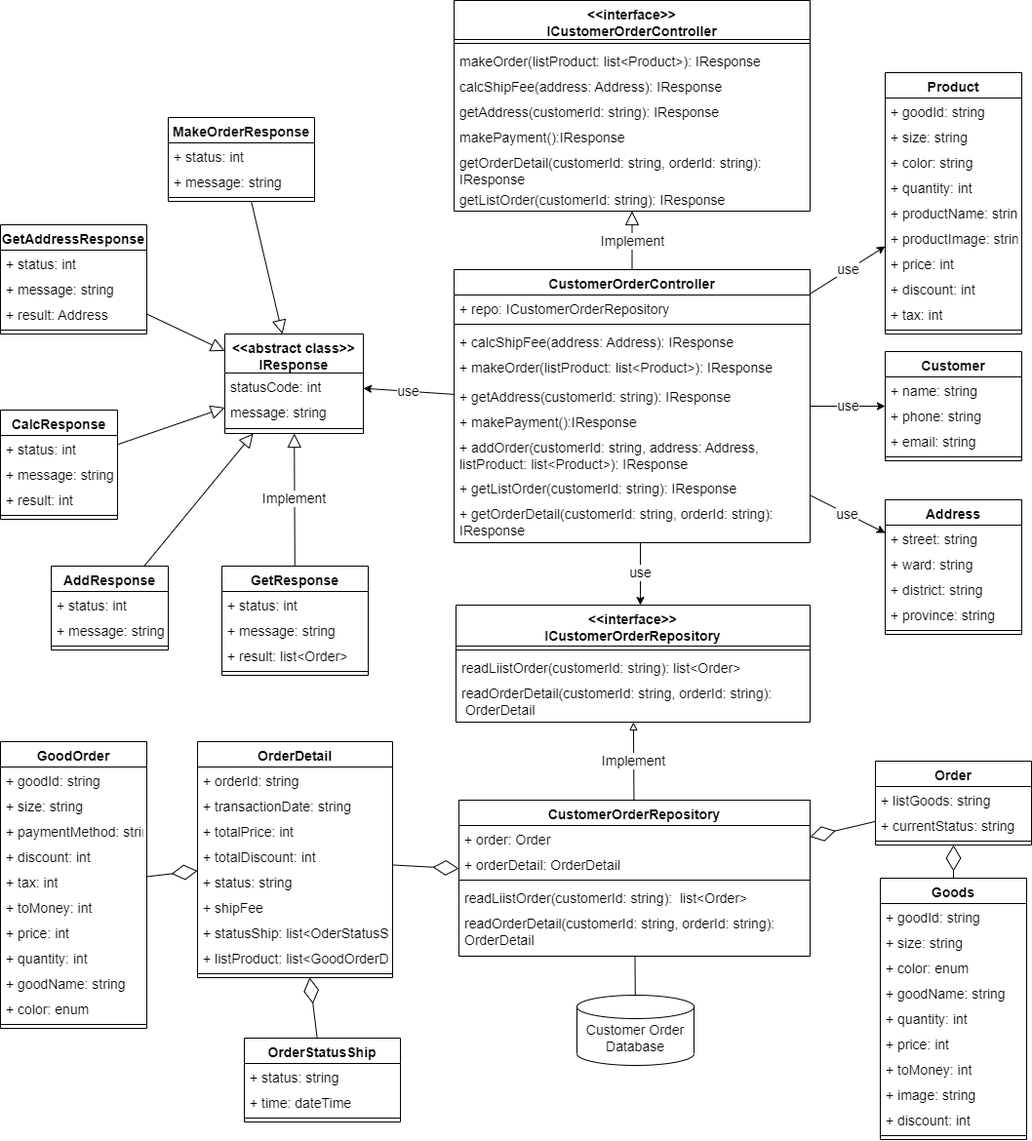
Earlier version of the draw.io export img/Architecture/service/CustomerOrderService.png (hienbui-iwrp/DACN_report). Source tidied: cells renumbered, new cells last; positions are measured from the earlier drawing's top-left corner, leaving out a move shared by most shapes.
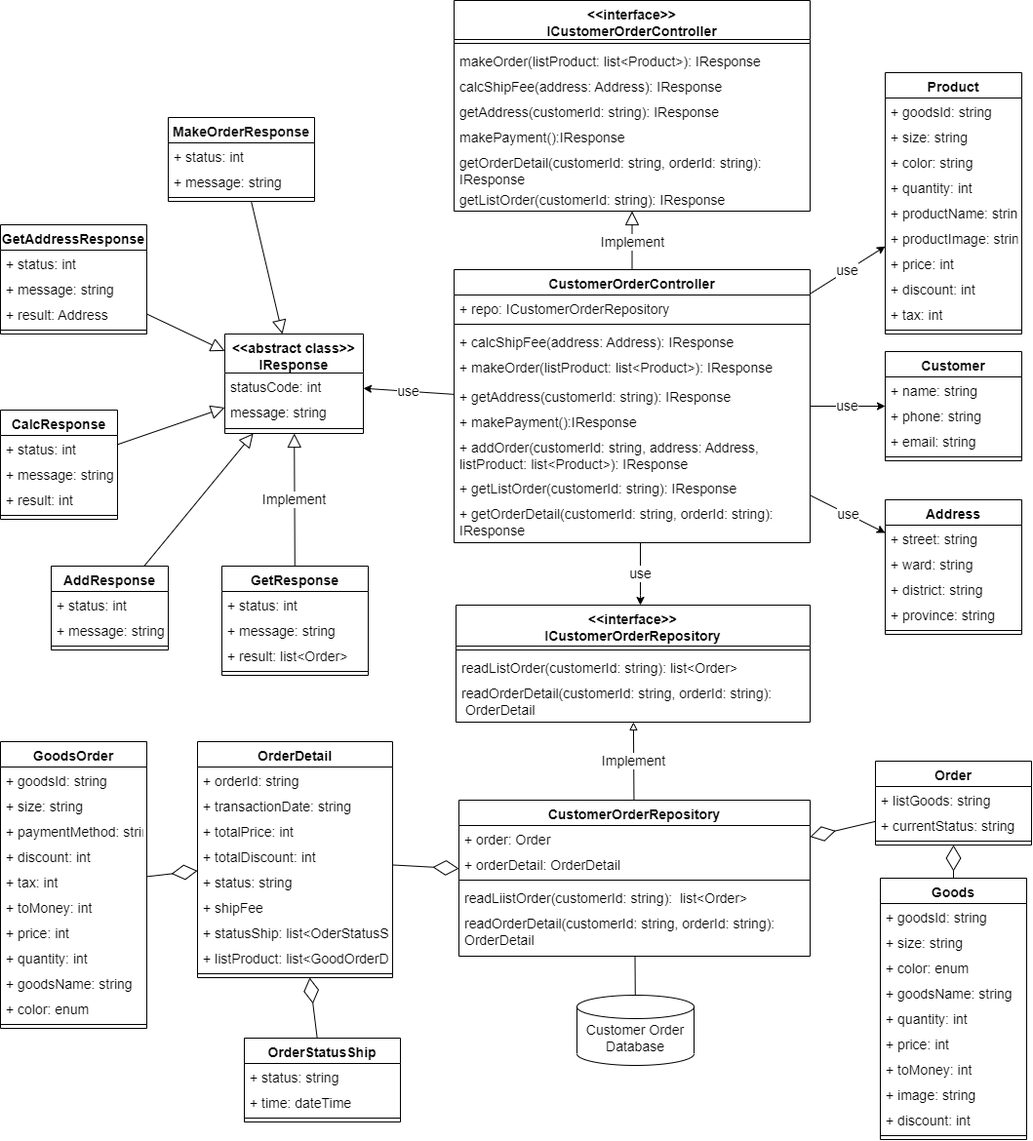
After the change.

Commit message:
update img service

What changed in the source:
```diff
@@ -32,7 +32,7 @@
     <mxCell id="11" value="Product" style="swimlane;fontStyle=1;align=center;verticalAlign=top;horizontal=1;startSize=26;fontSize=14;spacing=2;" parent="1" vertex="1">
       <mxGeometry x="907" y="74" width="140" height="268" as="geometry" />
     </mxCell>
-    <mxCell id="12" value="+ goodId: string" style="text;strokeColor=none;fillColor=none;align=left;verticalAlign=top;spacingLeft=4;spacingRight=4;overflow=hidden;fontSize=14;spacing=2;" parent="11" vertex="1">
+    <mxCell id="12" value="+ goodsId: string" style="text;strokeColor=none;fillColor=none;align=left;verticalAlign=top;spacingLeft=4;spacingRight=4;overflow=hidden;fontSize=14;spacing=2;" parent="11" vertex="1">
       <mxGeometry y="26" width="140" height="26" as="geometry" />
     </mxCell>
     <mxCell id="13" value="+ size: string" style="text;strokeColor=none;fillColor=none;align=left;verticalAlign=top;spacingLeft=4;spacingRight=4;overflow=hidden;fontSize=14;spacing=2;" parent="11" vertex="1">
@@ -202,7 +202,7 @@
     <mxCell id="66" style="line;strokeWidth=1;fillColor=none;align=left;verticalAlign=middle;spacingTop=-1;spacingLeft=3;spacingRight=3;labelPosition=right;strokeColor=inherit;fontSize=14;spacing=2;" parent="65" vertex="1">
       <mxGeometry y="42" width="363" height="8" as="geometry" />
     </mxCell>
-    <mxCell id="67" value="readLiistOrder(customerId: string): list&lt;Order&gt;" style="text;strokeColor=none;fillColor=none;align=left;verticalAlign=top;spacingLeft=4;spacingRight=4;overflow=hidden;fontSize=14;spacing=2;" parent="65" vertex="1">
+    <mxCell id="67" value="readListOrder(customerId: string): list&lt;Order&gt;" style="text;strokeColor=none;fillColor=none;align=left;verticalAlign=top;spacingLeft=4;spacingRight=4;overflow=hidden;fontSize=14;spacing=2;" parent="65" vertex="1">
       <mxGeometry y="50" width="363" height="26" as="geometry" />
     </mxCell>
     <mxCell id="68" value="readOrderDetail(customerId: string, orderId: string):&#10; OrderDetail" style="text;strokeColor=none;fillColor=none;align=left;verticalAlign=top;spacingLeft=4;spacingRight=4;overflow=hidden;fontSize=14;spacing=2;" parent="65" vertex="1">
@@ -271,10 +271,10 @@
     <mxCell id="89" style="line;strokeWidth=1;fillColor=none;align=left;verticalAlign=middle;spacingTop=-1;spacingLeft=3;spacingRight=3;labelPosition=right;strokeColor=inherit;fontSize=14;spacing=2;" parent="86" vertex="1">
       <mxGeometry y="78" width="160" height="8" as="geometry" />
     </mxCell>
-    <mxCell id="90" value="GoodOrder" style="swimlane;fontStyle=1;align=center;verticalAlign=top;horizontal=1;startSize=26;fontSize=14;spacing=2;" parent="1" vertex="1">
+    <mxCell id="90" value="GoodsOrder" style="swimlane;fontStyle=1;align=center;verticalAlign=top;horizontal=1;startSize=26;fontSize=14;spacing=2;" parent="1" vertex="1">
       <mxGeometry y="760" width="150" height="294" as="geometry" />
     </mxCell>
-    <mxCell id="91" value="+ goodId: string" style="text;strokeColor=none;fillColor=none;align=left;verticalAlign=top;spacingLeft=4;spacingRight=4;overflow=hidden;fontSize=14;spacing=2;" parent="90" vertex="1">
+    <mxCell id="91" value="+ goodsId: string" style="text;strokeColor=none;fillColor=none;align=left;verticalAlign=top;spacingLeft=4;spacingRight=4;overflow=hidden;fontSize=14;spacing=2;" parent="90" vertex="1">
       <mxGeometry y="26" width="150" height="26" as="geometry" />
     </mxCell>
     <mxCell id="92" value="+ size: string" style="text;strokeColor=none;fillColor=none;align=left;verticalAlign=top;spacingLeft=4;spacingRight=4;overflow=hidden;fontSize=14;spacing=2;" parent="90" vertex="1">
@@ -298,7 +298,7 @@
     <mxCell id="98" value="+ quantity: int" style="text;strokeColor=none;fillColor=none;align=left;verticalAlign=top;spacingLeft=4;spacingRight=4;overflow=hidden;fontSize=14;spacing=2;" parent="90" vertex="1">
       <mxGeometry y="208" width="150" height="26" as="geometry" />
     </mxCell>
-    <mxCell id="99" value="+ goodName: string" style="text;strokeColor=none;fillColor=none;align=left;verticalAlign=top;spacingLeft=4;spacingRight=4;overflow=hidden;fontSize=14;spacing=2;" parent="90" vertex="1">
+    <mxCell id="99" value="+ goodsName: string" style="text;strokeColor=none;fillColor=none;align=left;verticalAlign=top;spacingLeft=4;spacingRight=4;overflow=hidden;fontSize=14;spacing=2;" parent="90" vertex="1">
       <mxGeometry y="234" width="150" height="26" as="geometry" />
     </mxCell>
     <mxCell id="100" value="+ color: enum" style="text;align=left;verticalAlign=top;spacingLeft=4;spacingRight=4;overflow=hidden;rounded=0;shadow=0;html=0;fontSize=14;spacing=2;" parent="90" vertex="1">
@@ -319,7 +319,7 @@
     <mxCell id="105" value="Goods" style="swimlane;fontStyle=1;align=center;verticalAlign=top;horizontal=1;startSize=26;fontSize=14;spacing=2;" parent="1" vertex="1">
       <mxGeometry x="902" y="900" width="150" height="268" as="geometry" />
     </mxCell>
-    <mxCell id="106" value="+ goodId: string" style="text;strokeColor=none;fillColor=none;align=left;verticalAlign=top;spacingLeft=4;spacingRight=4;overflow=hidden;fontSize=14;spacing=2;" parent="105" vertex="1">
+    <mxCell id="106" value="+ goodsId: string" style="text;strokeColor=none;fillColor=none;align=left;verticalAlign=top;spacingLeft=4;spacingRight=4;overflow=hidden;fontSize=14;spacing=2;" parent="105" vertex="1">
       <mxGeometry y="26" width="150" height="26" as="geometry" />
     </mxCell>
     <mxCell id="107" value="+ size: string" style="text;strokeColor=none;fillColor=none;align=left;verticalAlign=top;spacingLeft=4;spacingRight=4;overflow=hidden;fontSize=14;spacing=2;" parent="105" vertex="1">
@@ -328,7 +328,7 @@
     <mxCell id="108" value="+ color: enum" style="text;align=left;verticalAlign=top;spacingLeft=4;spacingRight=4;overflow=hidden;rounded=0;shadow=0;html=0;fontSize=14;spacing=2;" parent="105" vertex="1">
       <mxGeometry y="78" width="150" height="26" as="geometry" />
     </mxCell>
-    <mxCell id="109" value="+ goodName: string" style="text;strokeColor=none;fillColor=none;align=left;verticalAlign=top;spacingLeft=4;spacingRight=4;overflow=hidden;fontSize=14;spacing=2;" parent="105" vertex="1">
+    <mxCell id="109" value="+ goodsName: string" style="text;strokeColor=none;fillColor=none;align=left;verticalAlign=top;spacingLeft=4;spacingRight=4;overflow=hidden;fontSize=14;spacing=2;" parent="105" vertex="1">
       <mxGeometry y="104" width="150" height="26" as="geometry" />
     </mxCell>
     <mxCell id="110" value="+ quantity: int" style="text;strokeColor=none;fillColor=none;align=left;verticalAlign=top;spacingLeft=4;spacingRight=4;overflow=hidden;fontSize=14;spacing=2;" parent="105" vertex="1">
```
